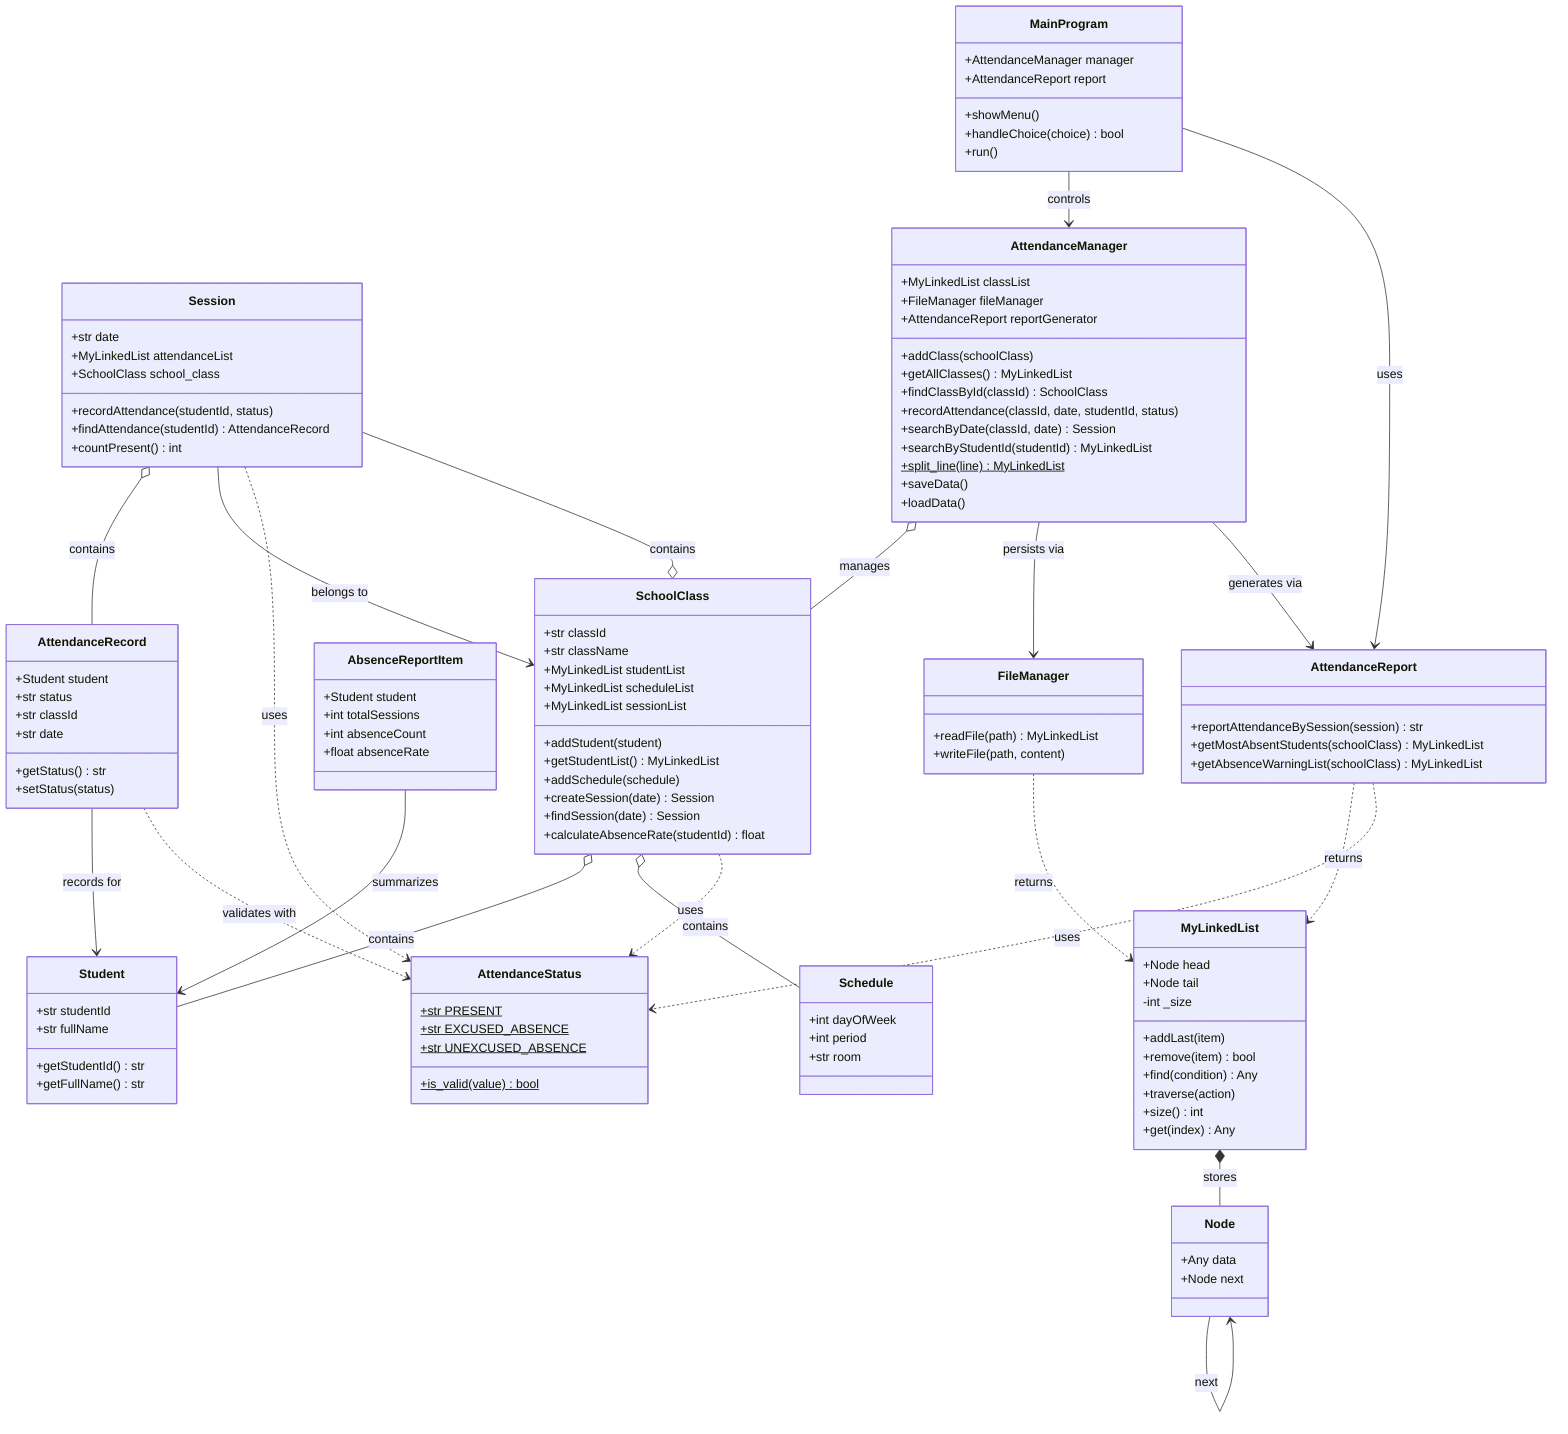
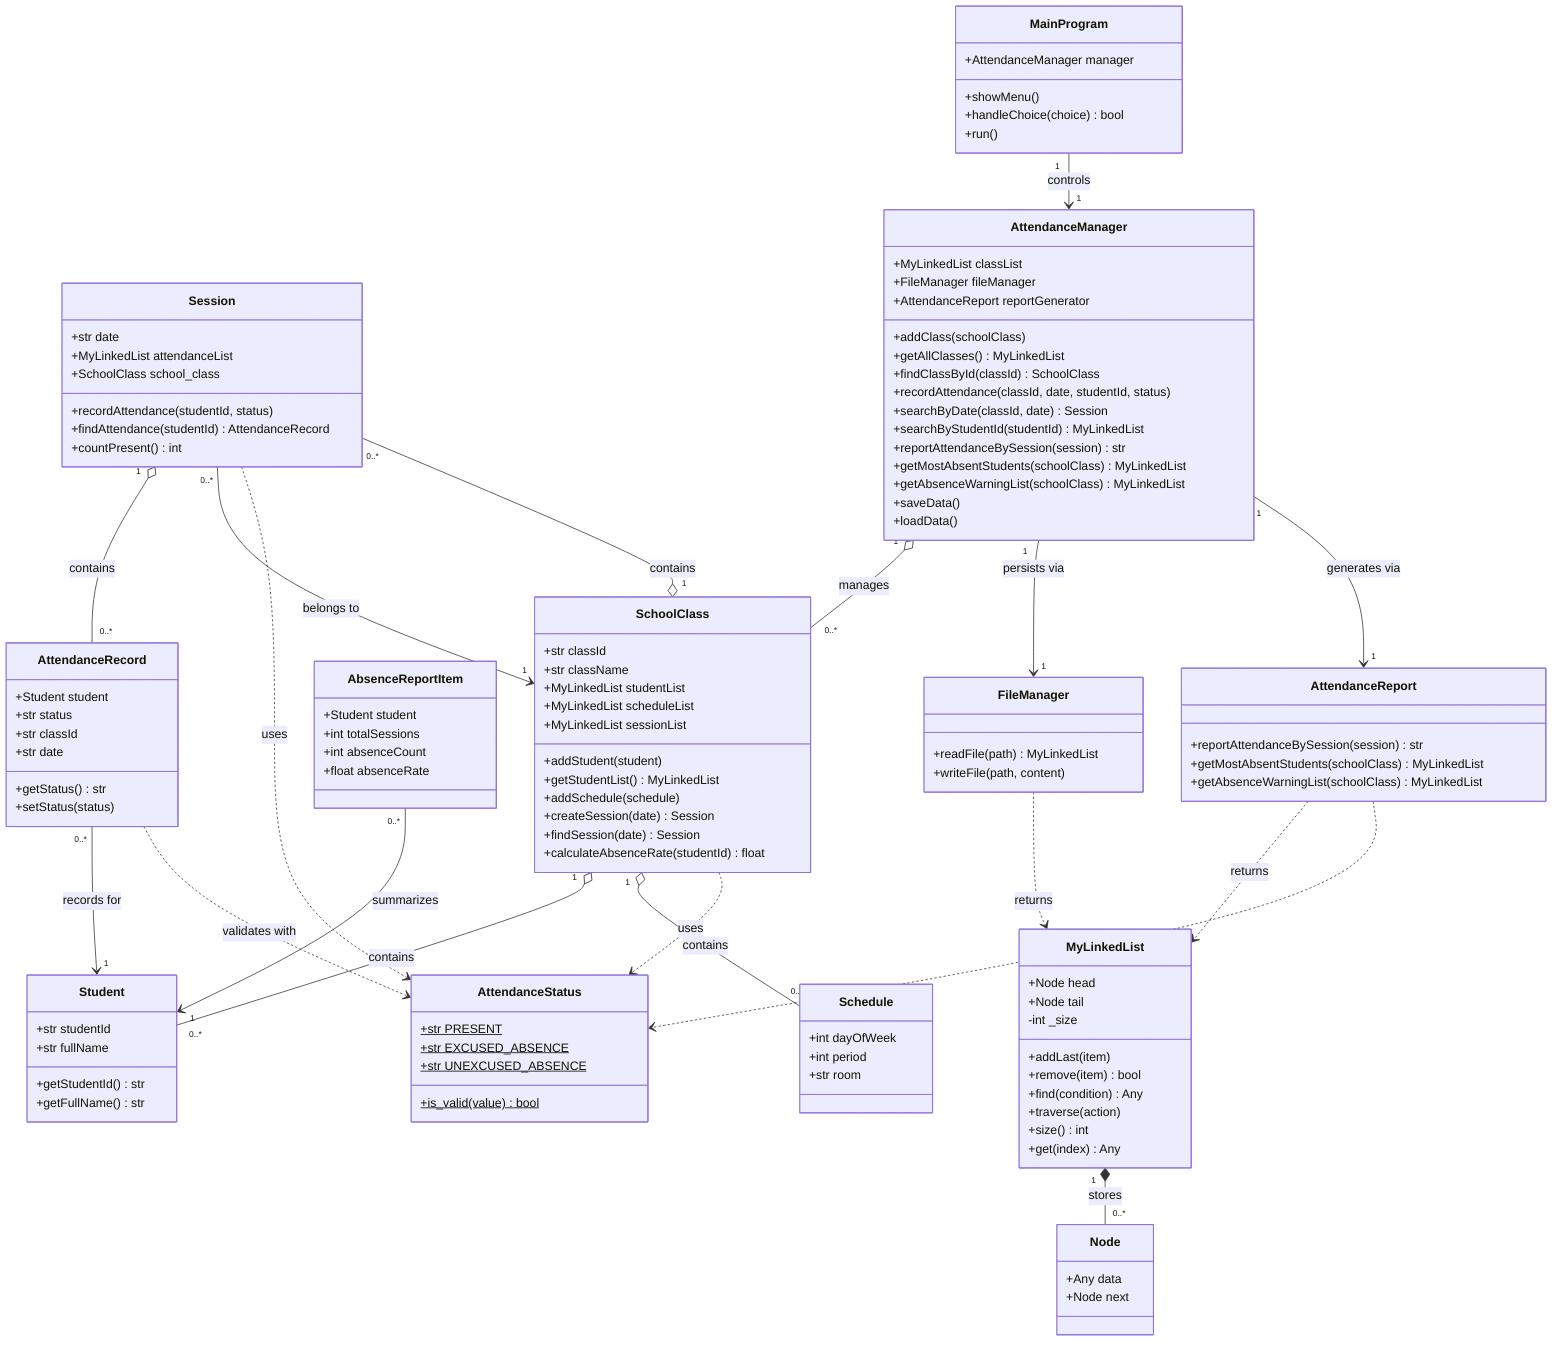
classDiagram
    class Student {
        +str studentId
        +str fullName
        +getStudentId() str
        +getFullName() str
    }

    class Schedule {
        +int dayOfWeek
        +int period
        +str room
    }

    class AttendanceStatus {
        +str PRESENT$
        +str EXCUSED_ABSENCE$
        +str UNEXCUSED_ABSENCE$
        +is_valid(value)$ bool
    }

    class Node {
        +Any data
        +Node next
    }

    class MyLinkedList {
        +Node head
        +Node tail
        -int _size
        +addLast(item)
        +remove(item) bool
        +find(condition) Any
        +traverse(action)
        +size() int
        +get(index) Any
    }

    class AttendanceRecord {
        +Student student
        +str status
        +str classId
        +str date
        +getStatus() str
        +setStatus(status)
    }

    class Session {
        +str date
        +MyLinkedList attendanceList
        +SchoolClass school_class
        +recordAttendance(studentId, status)
        +findAttendance(studentId) AttendanceRecord
        +countPresent() int
    }

    class SchoolClass {
        +str classId
        +str className
        +MyLinkedList studentList
        +MyLinkedList scheduleList
        +MyLinkedList sessionList
        +addStudent(student)
        +getStudentList() MyLinkedList
        +addSchedule(schedule)
        +createSession(date) Session
        +findSession(date) Session
        +calculateAbsenceRate(studentId) float
    }

    class AbsenceReportItem {
        +Student student
        +int totalSessions
        +int absenceCount
        +float absenceRate
    }

    class AttendanceReport {
        +reportAttendanceBySession(session) str
        +getMostAbsentStudents(schoolClass) MyLinkedList
        +getAbsenceWarningList(schoolClass) MyLinkedList
    }

    class FileManager {
        +readFile(path) MyLinkedList
        +writeFile(path, content)
    }

    class AttendanceManager {
        +MyLinkedList classList
        +FileManager fileManager
        +AttendanceReport reportGenerator
        +addClass(schoolClass)
        +getAllClasses() MyLinkedList
        +findClassById(classId) SchoolClass
        +recordAttendance(classId, date, studentId, status)
        +searchByDate(classId, date) Session
        +searchByStudentId(studentId) MyLinkedList
-         +split_line(line)$ MyLinkedList
+         +reportAttendanceBySession(session) str
+         +getMostAbsentStudents(schoolClass) MyLinkedList
+         +getAbsenceWarningList(schoolClass) MyLinkedList
        +saveData()
        +loadData()
    }

    class MainProgram {
        +AttendanceManager manager
-         +AttendanceReport report
        +showMenu()
        +handleChoice(choice) bool
        +run()
    }

    %% ─── MyLinkedList internal structure ────────────────────────────────
-     MyLinkedList *-- Node : stores
-     Node --> Node : next
+     MyLinkedList "1" *-- "0..*" Node : stores

    %% ─── Aggregation: classes that contain elements via MyLinkedList ─────
-     SchoolClass o-- Student : contains
-     SchoolClass o-- Schedule : contains
-     SchoolClass o-- Session : contains
-     Session o-- AttendanceRecord : contains
-     AttendanceManager o-- SchoolClass : manages
+     SchoolClass "1" o-- "0..*" Student : contains
+     SchoolClass "1" o-- "0..*" Schedule : contains
+     SchoolClass "1" o-- "0..*" Session : contains
+     Session "1" o-- "0..*" AttendanceRecord : contains
+     AttendanceManager "1" o-- "0..*" SchoolClass : manages

    %% ─── Dependency: classes that return MyLinkedList from methods ───────
    FileManager ..> MyLinkedList : returns
    AttendanceReport ..> MyLinkedList : returns

    %% ─── Association: direct object references stored as attributes ──────
-     Session --> SchoolClass : belongs to
-     AttendanceRecord --> Student : records for
-     AbsenceReportItem --> Student : summarizes
-     AttendanceManager --> FileManager : persists via
-     AttendanceManager --> AttendanceReport : generates via
-     MainProgram --> AttendanceManager : controls
-     MainProgram --> AttendanceReport : uses
+     Session "0..*" --> "1" SchoolClass : belongs to
+     AttendanceRecord "0..*" --> "1" Student : records for
+     AbsenceReportItem "0..*" --> "1" Student : summarizes
+     AttendanceManager "1" --> "1" FileManager : persists via
+     AttendanceManager "1" --> "1" AttendanceReport : generates via
+     MainProgram "1" --> "1" AttendanceManager : controls

    %% ─── Dependency: uses AttendanceStatus in method logic ───────────────
    AttendanceRecord ..> AttendanceStatus : validates with
    Session ..> AttendanceStatus : uses
    SchoolClass ..> AttendanceStatus : uses
    AttendanceReport ..> AttendanceStatus : uses
+ 
